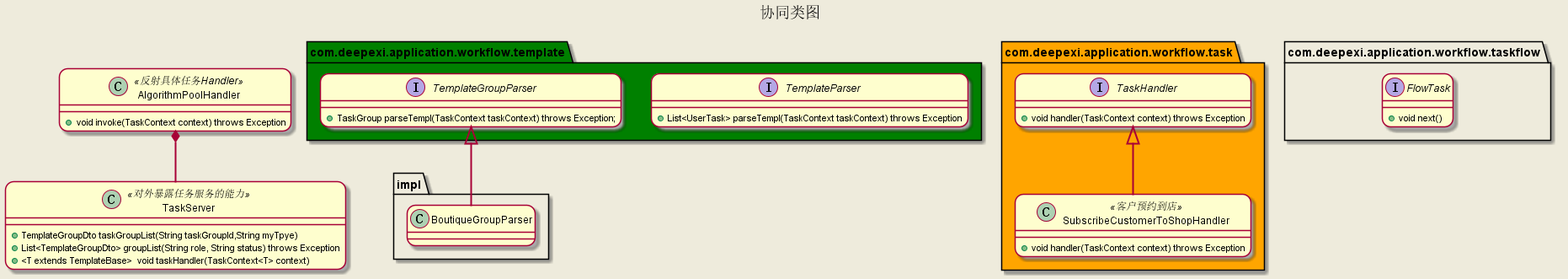
Earlier version of the PlantUML export doc/out/plantuml/4.协同类图/协同类图.png (twfx7758/blchina).
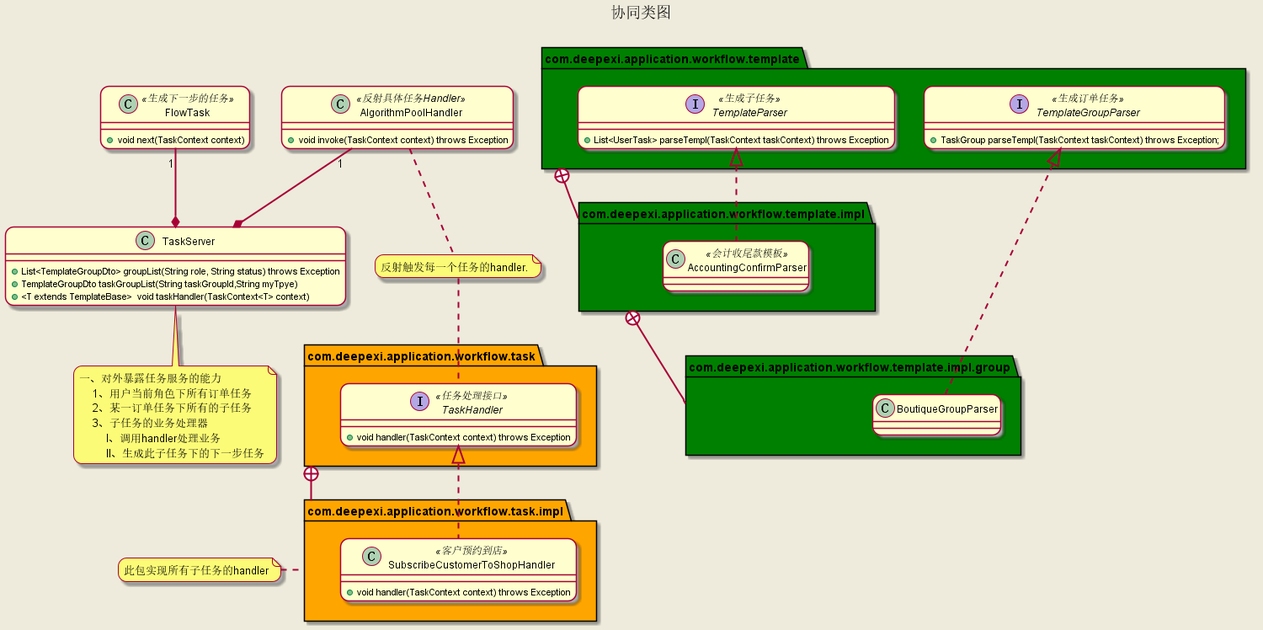
The same file after the commit.

Commit message:
完成协同的类图

The edit, as a diff of the source:
```diff
@@ -6,51 +6,75 @@
 skinparam roundcorner 20
 skinparam sequenceArrowThickness 2
 
-class TaskServer<<对外暴露任务服务的能力>> {
+class TaskServer {
+    +List<TemplateGroupDto> groupList(String role, String status) throws Exception
     +TemplateGroupDto taskGroupList(String taskGroupId,String myTpye)
-    +List<TemplateGroupDto> groupList(String role, String status) throws Exception
     +<T extends TemplateBase>  void taskHandler(TaskContext<T> context)
 }
+note bottom of TaskServer
+一、对外暴露任务服务的能力
+    1、用户当前角色下所有订单任务
+    2、某一订单任务下所有的子任务
+    3、子任务的业务处理器
+        I、调用handler处理业务
+        II、生成此子任务下的下一步任务
+end note
 
 class AlgorithmPoolHandler<<反射具体任务Handler>> {
     +void invoke(TaskContext context) throws Exception
 }
+class FlowTask<<生成下一步的任务>> {
+        +void next(TaskContext context)
+    }
 
-AlgorithmPoolHandler *--TaskServer
+AlgorithmPoolHandler "1"--* TaskServer
+FlowTask "1"--* TaskServer
 
 package com.deepexi.application.workflow.template #green {
-    interface TemplateParser {
+    interface TemplateParser<<生成子任务>> {
         +List<UserTask> parseTempl(TaskContext taskContext) throws Exception
     }
 
-    interface TemplateGroupParser {
+    interface TemplateGroupParser<<生成订单任务>> {
         +TaskGroup parseTempl(TaskContext taskContext) throws Exception;
     }
-
-    class impl.BoutiqueGroupParser {
+}
+package com.deepexi.application.workflow.template.impl #green {
+    class AccountingConfirmParser<<会计收尾款模板>> {
 
     }
+}
+package com.deepexi.application.workflow.template.impl.group #green {
+    class BoutiqueGroupParser {
 
-    TemplateGroupParser <|-- impl.BoutiqueGroupParser
+    }
 }
 
+com.deepexi.application.workflow.template +-- com.deepexi.application.workflow.template.impl
+com.deepexi.application.workflow.template.impl +-- com.deepexi.application.workflow.template.impl.group
+
+TemplateGroupParser <|.. BoutiqueGroupParser
+TemplateParser <|.. AccountingConfirmParser
+
 package com.deepexi.application.workflow.task #orange {
-    interface TaskHandler {
+    interface TaskHandler<<任务处理接口>> {
         +void handler(TaskContext context) throws Exception
     }
-
+}
+package com.deepexi.application.workflow.task.impl #orange {
     class SubscribeCustomerToShopHandler<<客户预约到店>> {
         +void handler(TaskContext context) throws Exception
     }
+}
+com.deepexi.application.workflow.task +-- com.deepexi.application.workflow.task.impl
+TaskHandler <|.. SubscribeCustomerToShopHandler
 
-    TaskHandler <|-- SubscribeCustomerToShopHandler
+note "反射触发每一个任务的handler." as N1
 
-}
+AlgorithmPoolHandler .. N1
+N1 .. TaskHandler
 
-package com.deepexi.application.workflow.taskflow {
-    interface FlowTask {
-        +void next()
-    }
-}
+note left of com.deepexi.application.workflow.task.impl: 此包实现所有子任务的handler
+
 
 @enduml
```
